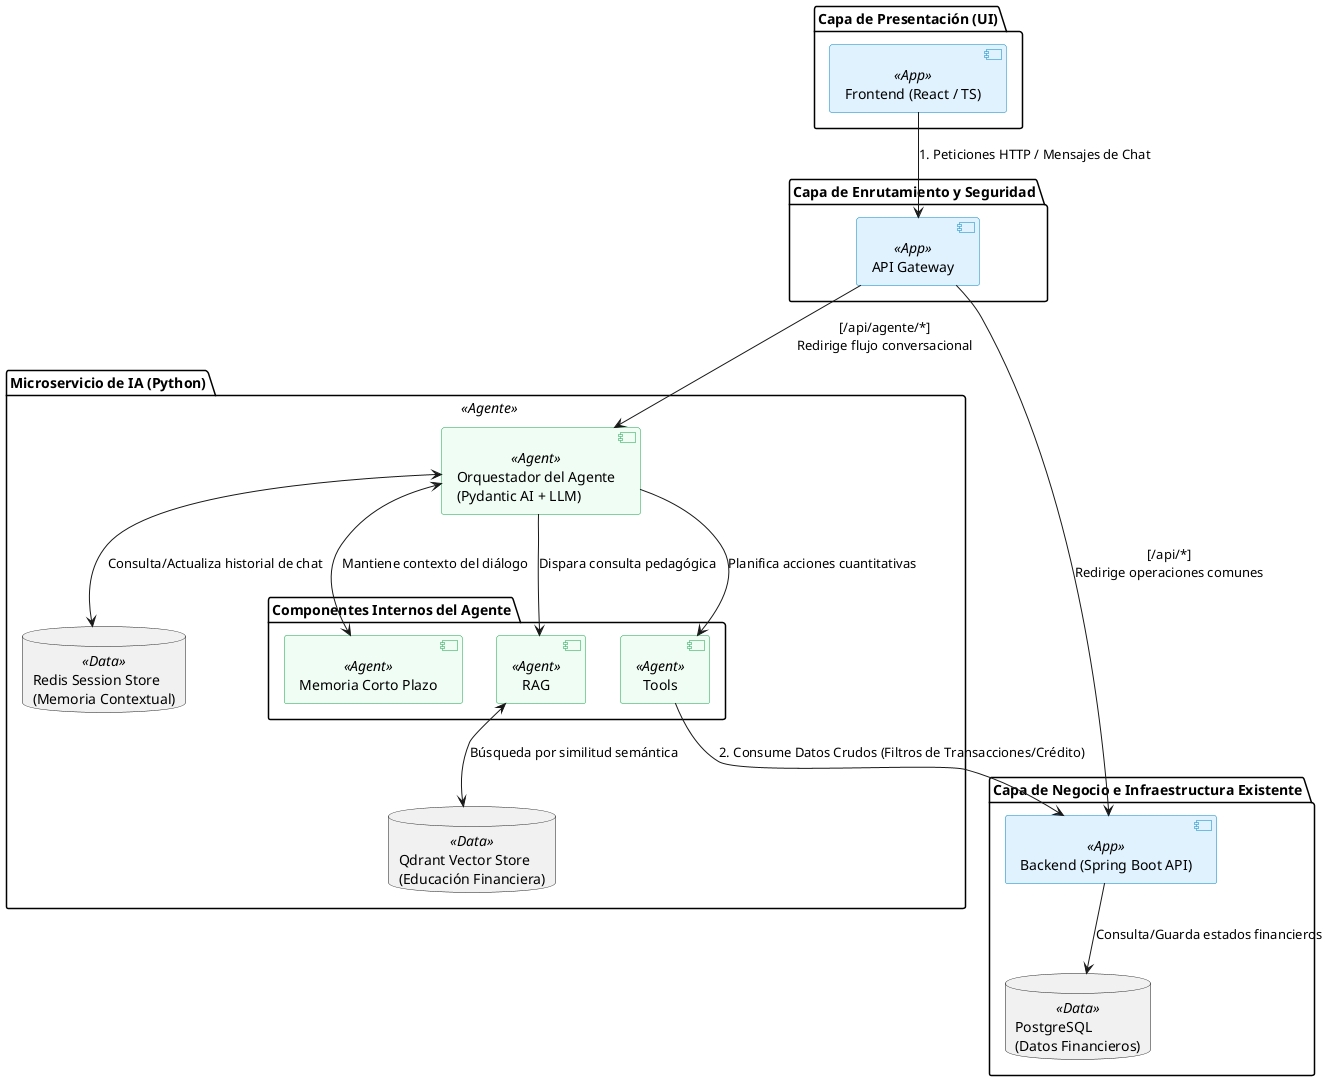
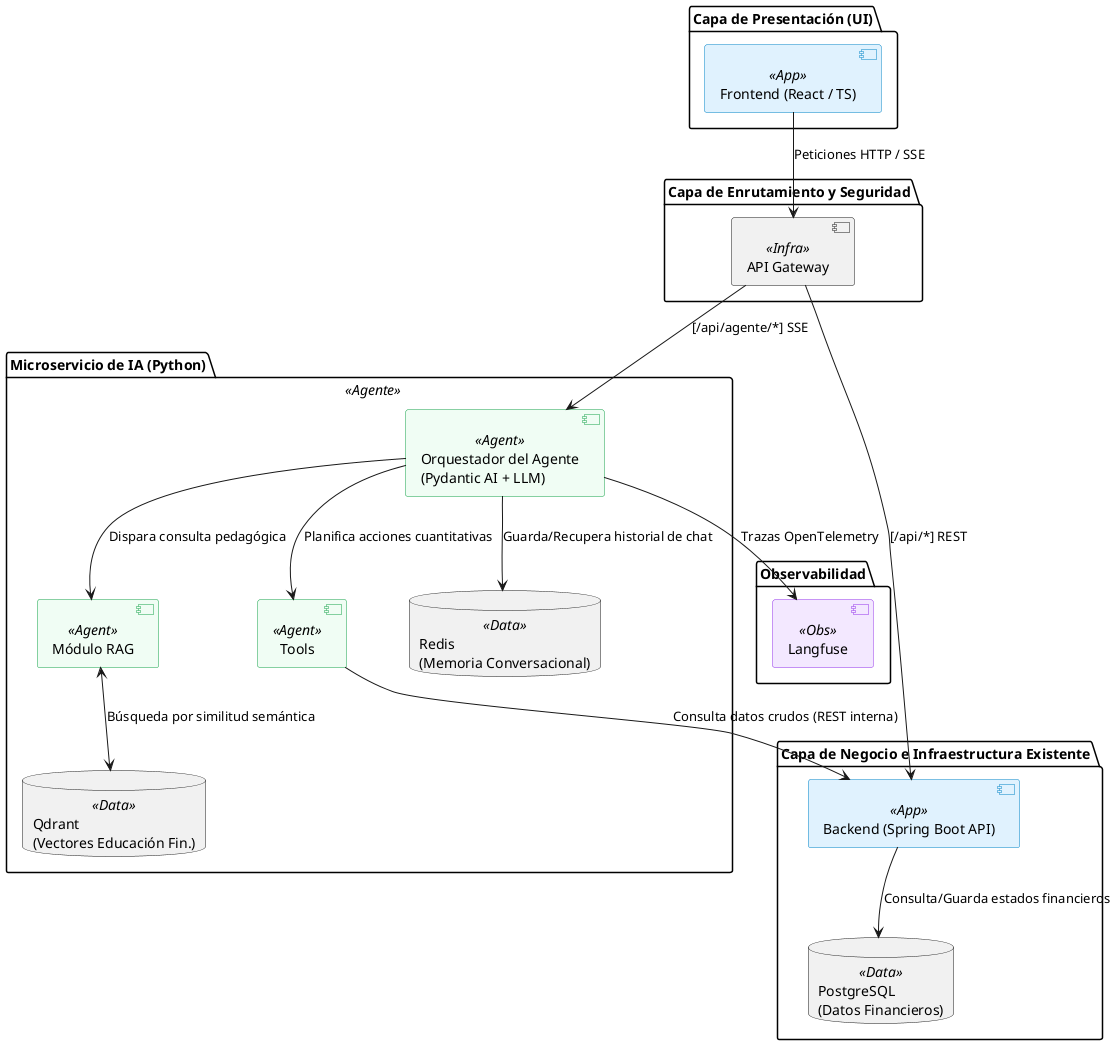
@startuml Diagrama_Componentes_FinanzasBot_Gateway

skinparam componentStyle uml2
skinparam backgroundColor white
skinparam handwritten false

skinparam Rectangle {
    BackgroundColor<<Infra>> #F1F5F9
    BorderColor<<Infra>> #94A3B8
}

skinparam Component {
    BackgroundColor<<App>> #E0F2FE
    BorderColor<<App>> #0284C7
    BackgroundColor<<Agent>> #F0FDF4
    BorderColor<<Agent>> #16A34A
    BackgroundColor<<Data>> #FEF3C7
    BorderColor<<Data>> #D97706
+     BackgroundColor<<Obs>> #F3E8FF
+     BorderColor<<Obs>> #9333EA
}

package "Capa de Presentación (UI)" {
    [Frontend (React / TS)] <<App>> as FE
}

package "Capa de Enrutamiento y Seguridad" {
-     [API Gateway] <<App>> as GW
+     [API Gateway] <<Infra>> as GW
}

package "Capa de Negocio e Infraestructura Existente" {
    [Backend (Spring Boot API)] <<App>> as BE
    database "PostgreSQL\n(Datos Financieros)" <<Data>> as DB
}

package "Microservicio de IA (Python)" <<Agente>> {
    component "Orquestador del Agente\n(Pydantic AI + LLM)" <<Agent>> as Core
+     [Tools] <<Agent>> as Tools
+     [Módulo RAG] <<Agent>> as RAG
+     database "Qdrant\n(Vectores Educación Fin.)" <<Data>> as VectorDB
+     database "Redis\n(Memoria Conversacional)" <<Data>> as Redis
+ }

-     package "Componentes Internos del Agente" {
-         [Memoria Corto Plazo] <<Agent>> as ST_Mem
-         [Tools] <<Agent>> as Tools
-         [RAG] <<Agent>> as RAG
-     }
-     database "Qdrant Vector Store\n(Educación Financiera)" <<Data>> as VectorDB
-     database "Redis Session Store\n(Memoria Contextual)" <<Data>> as Redis
+ package "Observabilidad" {
+     [Langfuse] <<Obs>> as Langfuse
}

' ---- FLUJOS Y COMUNICACIÓN ----

- ' El Frontend solo conoce al Gateway
- FE --> GW : 1. Peticiones HTTP / Mensajes de Chat
+ ' El Frontend envía todo al Gateway
+ FE --> GW : Peticiones HTTP / SSE

- ' El Gateway redirige según el Endpoint
- GW --> BE : [/api/*]\nRedirige operaciones comunes
- GW --> Core : [/api/agente/*]\nRedirige flujo conversacional
+ ' El Gateway redirige según el path
+ GW --> BE : [/api/*] REST
+ GW --> Core : [/api/agente/*] SSE

- ' Persistencia tradicional y de contexto
+ ' Persistencia financiera
BE --> DB : Consulta/Guarda estados financieros
- Core <--> Redis : Consulta/Actualiza historial de chat

- ' Funcionamiento interno y percepción del Agente
- Core <--> ST_Mem : Mantiene contexto del diálogo
+ ' Memoria conversacional (Redis, único store)
+ Core --> Redis : Guarda/Recupera historial de chat
+ 
+ ' Funcionamiento interno del Agente
Core --> Tools : Planifica acciones cuantitativas
- Tools --> BE : 2. Consume Datos Crudos (Filtros de Transacciones/Crédito)
+ Tools --> BE : Consulta datos crudos (REST interna)
Core --> RAG : Dispara consulta pedagógica
RAG <--> VectorDB : Búsqueda por similitud semántica

+ ' Observabilidad
+ Core --> Langfuse : Trazas OpenTelemetry
+ 
@enduml